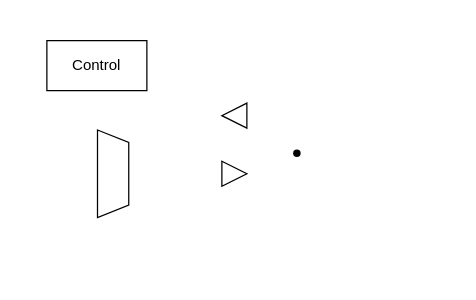
The draw.io diagram drawio/test.drawio in iceyxy/flow-chart-drawio, before the edit. Source tidied: cells renumbered, new cells numbered last; positions are measured from the earlier drawing's top-left corner, leaving out a move shared by most shapes. Both pictures are drawn from the tidied source at 125%, with x=0, y=0 at pixel (46, 40).
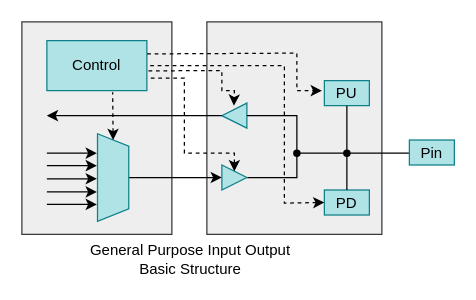
Above is the later version.

The change refers to these unchanged cells:
```xml
<mxCell id="6" style="shape=waypoint;sketch=0;fillStyle=solid;size=6;points=[];fillColor=none;perimeter=centerPerimeter;snapToPoint=1;" parent="1" vertex="1">
  <mxGeometry x="190" y="80" width="20" height="20" as="geometry" />
</mxCell>
```

The edit, as a diff of the source:
```diff
@@
+    <mxCell id="7" style="rounded=0;whiteSpace=wrap;html=1;fillColor=#eeeeee;strokeColor=#36393d;" parent="1" vertex="1">
+      <mxGeometry x="-20" y="-15" width="120" height="170" as="geometry" />
+    </mxCell>
+    <mxCell id="8" style="rounded=0;whiteSpace=wrap;html=1;fillColor=#eeeeee;strokeColor=#36393d;" parent="1" vertex="1">
+      <mxGeometry x="128" y="-15" width="140" height="170" as="geometry" />
+    </mxCell>
-    <mxCell id="2" value="Control" style="rounded=0;whiteSpace=wrap;html=1;" parent="1" vertex="1">
+    <mxCell id="2" value="Control" style="rounded=0;whiteSpace=wrap;html=1;fillColor=#b0e3e6;strokeColor=#0e8088;" parent="1" vertex="1">
       <mxGeometry width="80" height="40" as="geometry" />
     </mxCell>
+    <mxCell id="9" style="edgeStyle=orthogonalEdgeStyle;rounded=0;jettySize=auto;html=1;entryX=0;entryY=0.5;entryDx=0;entryDy=0;" parent="1" edge="1" source="3" target="4">
+      <mxGeometry relative="1" as="geometry" />
+    </mxCell>
-    <mxCell id="3" style="shape=trapezoid;perimeter=trapezoidPerimeter;whiteSpace=wrap;html=1;fixedSize=1;size=10;rotation=90;" parent="1" vertex="1">
-      <mxGeometry x="18" y="94" width="70" height="25" as="geometry" />
+    <mxCell id="3" style="shape=trapezoid;perimeter=trapezoidPerimeter;whiteSpace=wrap;html=1;fixedSize=1;size=10;rotation=90;fillColor=#b0e3e6;strokeColor=#0e8088;" parent="1" vertex="1">
+      <mxGeometry x="18" y="97" width="70" height="25" as="geometry" />
     </mxCell>
+    <mxCell id="10" style="edgeStyle=orthogonalEdgeStyle;rounded=0;jettySize=auto;html=1;endArrow=none;endFill=0;" parent="1" edge="1" source="4" target="6">
+      <mxGeometry relative="1" as="geometry">
+        <Array as="points">
+          <mxPoint x="200" y="110" />
+        </Array>
+      </mxGeometry>
+    </mxCell>
-    <mxCell id="4" style="triangle;whiteSpace=wrap;html=1;" parent="1" vertex="1">
-      <mxGeometry x="140" y="96.5" width="20" height="20" as="geometry" />
+    <mxCell id="4" style="triangle;whiteSpace=wrap;html=1;fillColor=#b0e3e6;strokeColor=#0e8088;" parent="1" vertex="1">
+      <mxGeometry x="140" y="99.5" width="20" height="20" as="geometry" />
     </mxCell>
-    <mxCell id="5" style="triangle;whiteSpace=wrap;html=1;rotation=-180;" parent="1" vertex="1">
+    <mxCell id="5" style="triangle;whiteSpace=wrap;html=1;rotation=-180;fillColor=#b0e3e6;strokeColor=#0e8088;" parent="1" vertex="1">
       <mxGeometry x="140" y="50" width="20" height="20" as="geometry" />
     </mxCell>
@@
+    <mxCell id="11" style="endArrow=classic;html=1;rounded=0;" parent="1" edge="1">
+      <mxGeometry relative="1" as="geometry">
+        <mxPoint y="90" as="sourcePoint" />
+        <mxPoint x="40" y="90" as="targetPoint" />
+      </mxGeometry>
+    </mxCell>
+    <mxCell id="12" style="endArrow=classic;html=1;rounded=0;" parent="1" edge="1">
+      <mxGeometry relative="1" as="geometry">
+        <mxPoint y="131" as="sourcePoint" />
+        <mxPoint x="40" y="131" as="targetPoint" />
+      </mxGeometry>
+    </mxCell>
+    <mxCell id="13" style="endArrow=classic;html=1;rounded=0;" parent="1" edge="1">
+      <mxGeometry relative="1" as="geometry">
+        <mxPoint y="110.5" as="sourcePoint" />
+        <mxPoint x="40" y="110.5" as="targetPoint" />
+      </mxGeometry>
+    </mxCell>
+    <mxCell id="14" style="endArrow=classic;html=1;rounded=0;" parent="1" edge="1">
+      <mxGeometry relative="1" as="geometry">
+        <mxPoint y="100" as="sourcePoint" />
+        <mxPoint x="40" y="100" as="targetPoint" />
+      </mxGeometry>
+    </mxCell>
+    <mxCell id="15" style="endArrow=classic;html=1;rounded=0;" parent="1" edge="1">
+      <mxGeometry relative="1" as="geometry">
+        <mxPoint y="121" as="sourcePoint" />
+        <mxPoint x="40" y="121" as="targetPoint" />
+      </mxGeometry>
+    </mxCell>
+    <mxCell id="16" style="shape=waypoint;sketch=0;fillStyle=solid;size=6;points=[];fillColor=none;perimeter=centerPerimeter;snapToPoint=1;" parent="1" vertex="1">
+      <mxGeometry x="230" y="80" width="20" height="20" as="geometry" />
+    </mxCell>
+    <mxCell id="17" style="endArrow=none;html=1;rounded=0;exitX=0;exitY=0.5;exitDx=0;exitDy=0;" parent="1" edge="1" source="5" target="6">
+      <mxGeometry relative="1" as="geometry">
+        <Array as="points">
+          <mxPoint x="200" y="60" />
+        </Array>
+      </mxGeometry>
+    </mxCell>
+    <mxCell id="18" style="endArrow=none;html=1;rounded=0;" parent="1" edge="1" source="6" target="16">
+      <mxGeometry relative="1" as="geometry" />
+    </mxCell>
+    <mxCell id="19" value="PU" style="rounded=0;whiteSpace=wrap;html=1;fillColor=#b0e3e6;strokeColor=#0e8088;" parent="1" vertex="1">
+      <mxGeometry x="222" y="32" width="36" height="20" as="geometry" />
+    </mxCell>
+    <mxCell id="20" value="PD" style="rounded=0;whiteSpace=wrap;html=1;fillColor=#b0e3e6;strokeColor=#0e8088;" parent="1" vertex="1">
+      <mxGeometry x="222" y="119.5" width="36" height="20" as="geometry" />
+    </mxCell>
+    <mxCell id="21" style="endArrow=none;html=1;rounded=0;" parent="1" edge="1" source="16">
+      <mxGeometry relative="1" as="geometry">
+        <mxPoint x="240" y="52" as="targetPoint" />
+      </mxGeometry>
+    </mxCell>
+    <mxCell id="22" style="endArrow=none;html=1;rounded=0;exitX=0.5;exitY=0;exitDx=0;exitDy=0;entryX=0.516;entryY=0.667;entryDx=0;entryDy=0;entryPerimeter=0;" parent="1" edge="1" source="20" target="16">
+      <mxGeometry relative="1" as="geometry" />
+    </mxCell>
+    <mxCell id="23" style="endArrow=none;html=1;rounded=0;" parent="1" edge="1" source="16">
+      <mxGeometry relative="1" as="geometry">
+        <mxPoint x="290" y="90" as="targetPoint" />
+      </mxGeometry>
+    </mxCell>
+    <mxCell id="24" value="Pin" style="rounded=0;whiteSpace=wrap;html=1;fillColor=#b0e3e6;strokeColor=#0e8088;" parent="1" vertex="1">
+      <mxGeometry x="290" y="79.5" width="36" height="20" as="geometry" />
+    </mxCell>
+    <mxCell id="25" style="endArrow=classic;html=1;rounded=0;exitX=1;exitY=0.5;exitDx=0;exitDy=0;" parent="1" edge="1" source="5">
+      <mxGeometry relative="1" as="geometry">
+        <mxPoint y="60" as="targetPoint" />
+      </mxGeometry>
+    </mxCell>
+    <mxCell id="26" style="endArrow=none;dashed=1;html=1;rounded=0;exitX=0;exitY=0.5;exitDx=0;exitDy=0;entryX=0.658;entryY=1.034;entryDx=0;entryDy=0;entryPerimeter=0;startArrow=classic;startFill=1;" parent="1" edge="1" source="3" target="2">
+      <mxGeometry relative="1" as="geometry" />
+    </mxCell>
+    <mxCell id="27" style="endArrow=none;dashed=1;html=1;rounded=0;entryX=1;entryY=0.75;entryDx=0;entryDy=0;exitX=0.5;exitY=0;exitDx=0;exitDy=0;startArrow=classic;startFill=1;" parent="1" edge="1" source="4" target="2">
+      <mxGeometry relative="1" as="geometry">
+        <Array as="points">
+          <mxPoint x="150" y="90" />
+          <mxPoint x="110" y="90" />
+          <mxPoint x="110" y="30" />
+        </Array>
+      </mxGeometry>
+    </mxCell>
+    <mxCell id="28" style="endArrow=classic;dashed=1;html=1;rounded=0;exitX=1.016;exitY=0.604;exitDx=0;exitDy=0;exitPerimeter=0;entryX=0.519;entryY=0.897;entryDx=0;entryDy=0;entryPerimeter=0;endFill=1;" parent="1" edge="1" source="2" target="5">
+      <mxGeometry relative="1" as="geometry">
+        <Array as="points">
+          <mxPoint x="140" y="24" />
+          <mxPoint x="140" y="40" />
+          <mxPoint x="150" y="40" />
+        </Array>
+      </mxGeometry>
+    </mxCell>
+    <mxCell id="29" style="endArrow=none;dashed=1;html=1;rounded=0;entryX=1;entryY=0.5;entryDx=0;entryDy=0;exitX=0;exitY=0.5;exitDx=0;exitDy=0;endFill=0;startArrow=classic;startFill=1;" parent="1" edge="1" source="20" target="2">
+      <mxGeometry relative="1" as="geometry">
+        <Array as="points">
+          <mxPoint x="190" y="130" />
+          <mxPoint x="190" y="20" />
+        </Array>
+      </mxGeometry>
+    </mxCell>
+    <mxCell id="30" style="endArrow=classic;dashed=1;html=1;rounded=0;exitX=1.003;exitY=0.266;exitDx=0;exitDy=0;exitPerimeter=0;endFill=1;" parent="1" edge="1" source="2">
+      <mxGeometry relative="1" as="geometry">
+        <mxPoint x="220" y="40" as="targetPoint" />
+        <Array as="points">
+          <mxPoint x="200" y="10" />
+          <mxPoint x="200" y="40" />
+        </Array>
+      </mxGeometry>
+    </mxCell>
+    <mxCell id="31" value="General Purpose Input Output Basic Structure" style="text;strokeColor=none;align=center;fillColor=none;html=1;verticalAlign=middle;whiteSpace=wrap;rounded=0;" parent="1" vertex="1">
+      <mxGeometry x="20" y="160" width="190" height="30" as="geometry" />
+    </mxCell>
```
